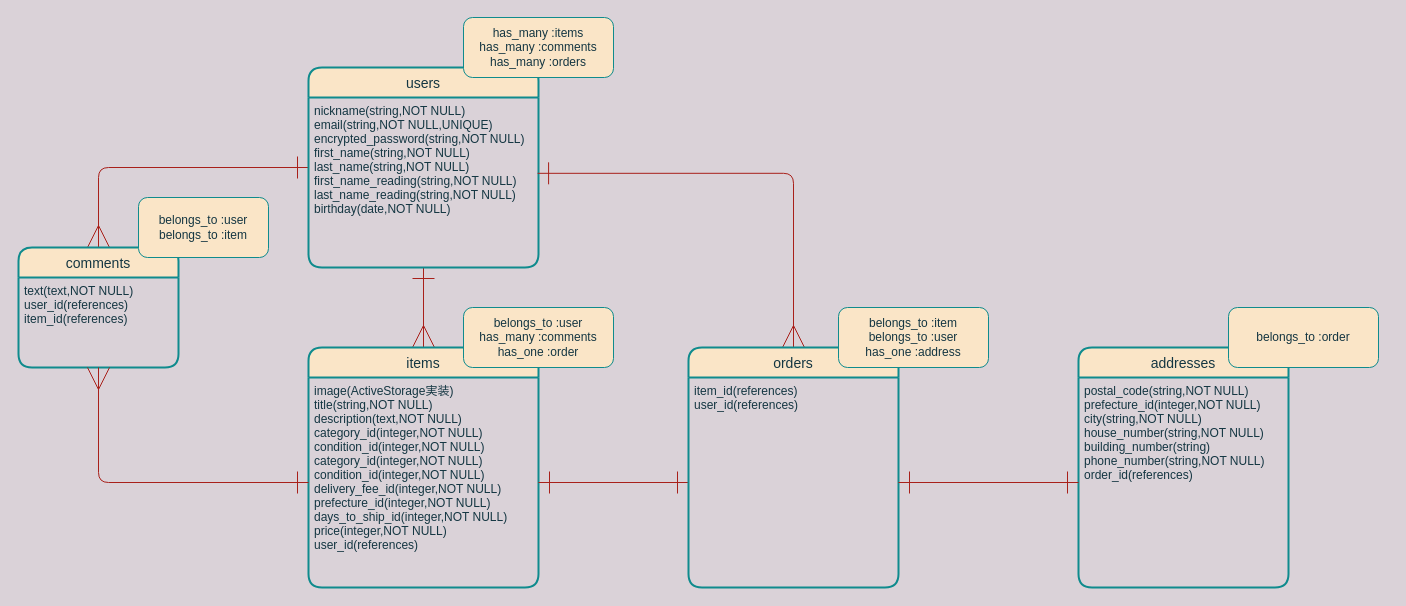
Earlier version of the draw.io diagram ER.dio (Shoma-Tatsumi/furima-35056). Source tidied: cells renumbered, new cells numbered last; positions are measured from the earlier drawing's top-left corner, leaving out a move shared by most shapes. Both pictures are drawn from the tidied source at 100%, with x=0, y=0 at pixel (18, 17).
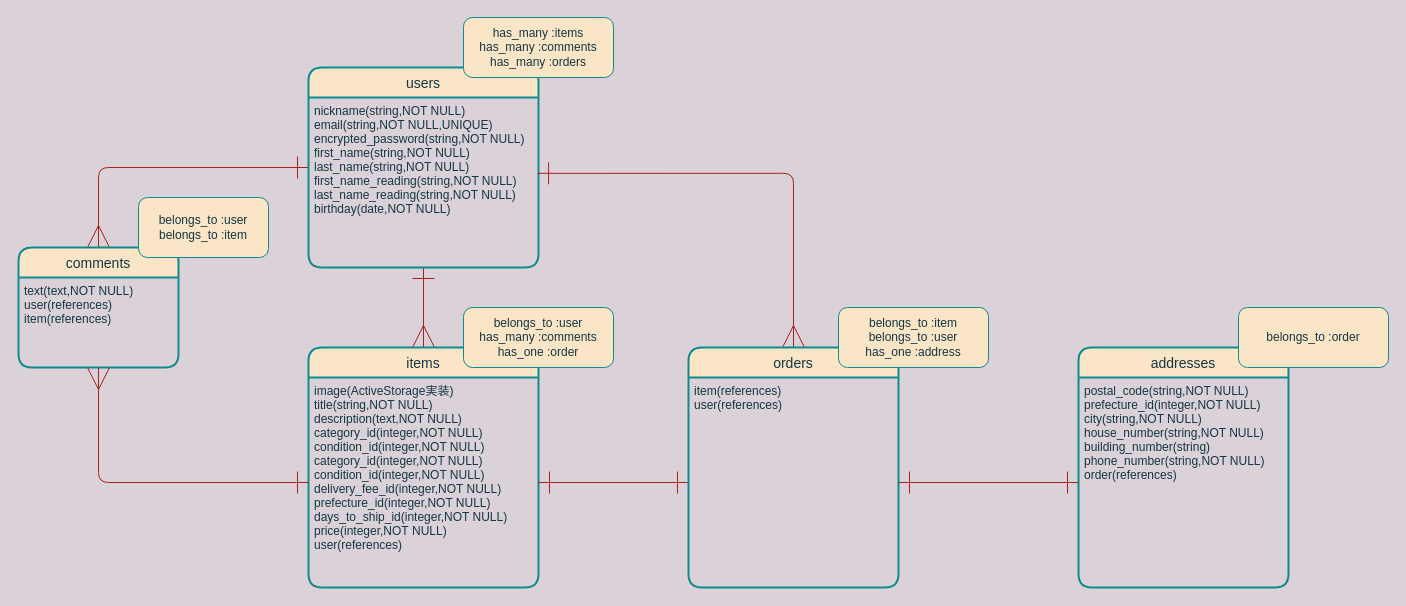
The same page after the edit.

Unchanged cells that the change refers to:
```xml
<mxCell id="6" value="items" style="swimlane;horizontal=1;startSize=30;fontSize=14;fontStyle=0;strokeWidth=2;shadow=0;dashed=0;align=center;fillColor=#FAE5C7;strokeColor=#0F8B8D;fontColor=#143642;rounded=1;" parent="1" vertex="1">
  <mxGeometry x="290" y="330" width="230" height="240" as="geometry" />
</mxCell>
<mxCell id="8" value="addresses" style="swimlane;horizontal=1;startSize=30;fontSize=14;fontStyle=0;strokeWidth=2;shadow=0;dashed=0;align=center;fillColor=#FAE5C7;strokeColor=#0F8B8D;fontColor=#143642;rounded=1;" parent="1" vertex="1">
  <mxGeometry x="1060" y="330" width="210" height="240" as="geometry" />
</mxCell>
<mxCell id="11" value="comments" style="swimlane;horizontal=1;startSize=30;fontSize=14;fontStyle=0;strokeWidth=2;shadow=0;dashed=0;align=center;fillColor=#FAE5C7;strokeColor=#0F8B8D;fontColor=#143642;rounded=1;" parent="1" vertex="1">
  <mxGeometry y="230" width="160" height="120" as="geometry" />
</mxCell>
<mxCell id="19" value="orders" style="swimlane;horizontal=1;startSize=30;fontSize=14;fontStyle=0;strokeWidth=2;shadow=0;dashed=0;align=center;fillColor=#FAE5C7;strokeColor=#0F8B8D;fontColor=#143642;rounded=1;" parent="1" vertex="1">
  <mxGeometry x="670" y="330" width="210" height="240" as="geometry" />
</mxCell>
```

Change to the diagram source:
```diff
@@
-    <mxCell id="7" value="image(ActiveStorage実装)&#10;title(string,NOT NULL)&#10;description(text,NOT NULL)&#10;category_id(integer,NOT NULL)&#10;condition_id(integer,NOT NULL)&#10;category_id(integer,NOT NULL)&#10;condition_id(integer,NOT NULL)&#10;delivery_fee_id(integer,NOT NULL)&#10;prefecture_id(integer,NOT NULL)&#10;days_to_ship_id(integer,NOT NULL)&#10;price(integer,NOT NULL)&#10;user_id(references)&#10;" style="align=left;strokeColor=none;fillColor=none;spacingLeft=4;fontSize=12;verticalAlign=top;fontColor=#143642;rounded=1;" parent="6" vertex="1">
+    <mxCell id="7" value="image(ActiveStorage実装)&#10;title(string,NOT NULL)&#10;description(text,NOT NULL)&#10;category_id(integer,NOT NULL)&#10;condition_id(integer,NOT NULL)&#10;category_id(integer,NOT NULL)&#10;condition_id(integer,NOT NULL)&#10;delivery_fee_id(integer,NOT NULL)&#10;prefecture_id(integer,NOT NULL)&#10;days_to_ship_id(integer,NOT NULL)&#10;price(integer,NOT NULL)&#10;user(references)&#10;" style="align=left;strokeColor=none;fillColor=none;spacingLeft=4;fontSize=12;verticalAlign=top;fontColor=#143642;rounded=1;" parent="6" vertex="1">
       <mxGeometry y="30" width="230" height="210" as="geometry" />
     </mxCell>
@@
-    <mxCell id="9" value="postal_code(string,NOT NULL)&#10;prefecture_id(integer,NOT NULL)&#10;city(string,NOT NULL)&#10;house_number(string,NOT NULL)&#10;building_number(string)&#10;phone_number(string,NOT NULL)&#10;order_id(references)" style="align=left;strokeColor=none;fillColor=none;spacingLeft=4;fontSize=12;verticalAlign=top;fontColor=#143642;rounded=1;" parent="8" vertex="1">
+    <mxCell id="9" value="postal_code(string,NOT NULL)&#10;prefecture_id(integer,NOT NULL)&#10;city(string,NOT NULL)&#10;house_number(string,NOT NULL)&#10;building_number(string)&#10;phone_number(string,NOT NULL)&#10;order(references)" style="align=left;strokeColor=none;fillColor=none;spacingLeft=4;fontSize=12;verticalAlign=top;fontColor=#143642;rounded=1;" parent="8" vertex="1">
       <mxGeometry y="30" width="210" height="210" as="geometry" />
     </mxCell>
@@
-    <mxCell id="12" value="text(text,NOT NULL)&#10;user_id(references)&#10;item_id(references)" style="align=left;strokeColor=none;fillColor=none;spacingLeft=4;fontSize=12;verticalAlign=top;fontColor=#143642;rounded=1;" parent="11" vertex="1">
+    <mxCell id="12" value="text(text,NOT NULL)&#10;user(references)&#10;item(references)" style="align=left;strokeColor=none;fillColor=none;spacingLeft=4;fontSize=12;verticalAlign=top;fontColor=#143642;rounded=1;" parent="11" vertex="1">
       <mxGeometry y="30" width="160" height="90" as="geometry" />
     </mxCell>
@@
     <mxCell id="15" value="&lt;span&gt;belongs_to :order&lt;/span&gt;" style="whiteSpace=wrap;html=1;align=center;newEdgeStyle={&quot;edgeStyle&quot;:&quot;elbowEdgeStyle&quot;,&quot;startArrow&quot;:&quot;none&quot;,&quot;endArrow&quot;:&quot;none&quot;};fillColor=#FAE5C7;strokeColor=#0F8B8D;fontColor=#143642;rounded=1;" parent="1" vertex="1">
-      <mxGeometry x="1210" y="290" width="150" height="60" as="geometry" />
+      <mxGeometry x="1220" y="290" width="150" height="60" as="geometry" />
     </mxCell>
@@
-    <mxCell id="20" value="item_id(references)&#10;user_id(references)" style="align=left;strokeColor=none;fillColor=none;spacingLeft=4;fontSize=12;verticalAlign=top;fontColor=#143642;rounded=1;" parent="19" vertex="1">
+    <mxCell id="20" value="item(references)&#10;user(references)" style="align=left;strokeColor=none;fillColor=none;spacingLeft=4;fontSize=12;verticalAlign=top;fontColor=#143642;rounded=1;" parent="19" vertex="1">
       <mxGeometry y="30" width="210" height="210" as="geometry" />
     </mxCell>
```
